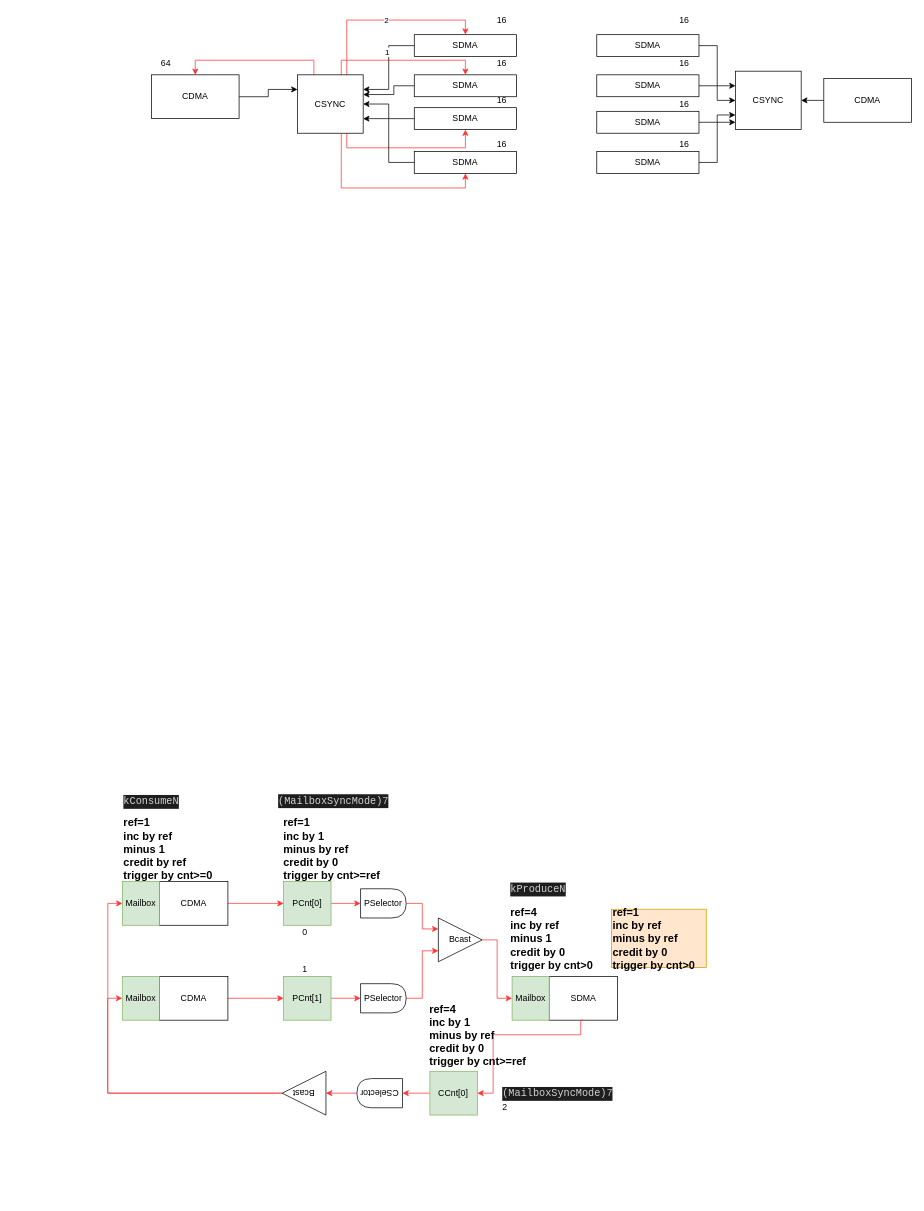
huntershuai/file_sync keeps this draw.io diagram as page "Page-7" (7 of 8) of csync_conn.drawio. Above is the earlier version. Source tidied: cells renumbered, new cells numbered last; positions are measured from the earlier drawing's top-left corner, leaving out a move shared by most shapes. Both pictures are drawn from the tidied source at 73%, with x=0, y=0 at pixel (107, 12).
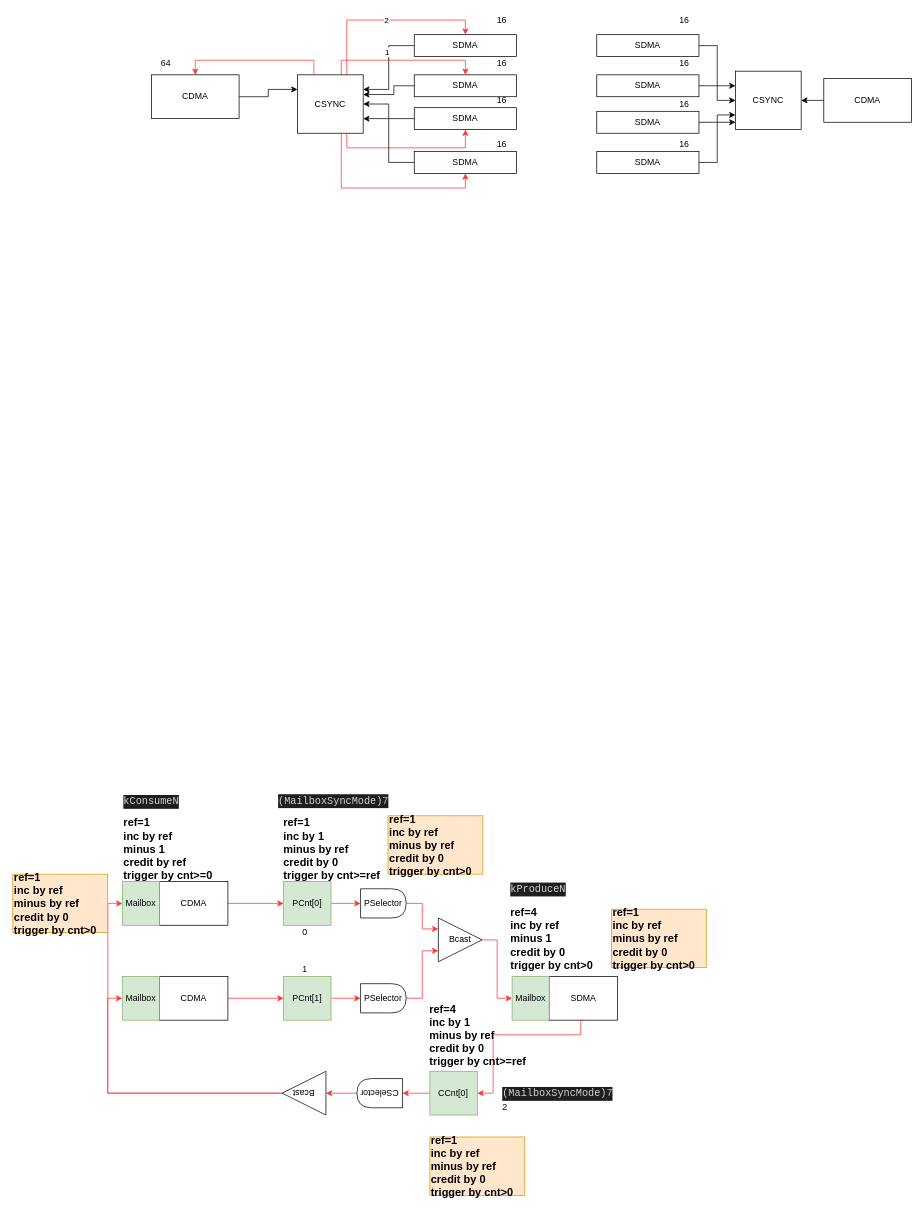
The same diagram, later.

Diff of the diagram source:
```diff
@@
+    <mxCell id="80" value="&lt;font style=&quot;font-size: 15px&quot;&gt;&lt;b&gt;ref=1&lt;br&gt;inc by ref&lt;br&gt;minus by ref&lt;br&gt;credit by 0&lt;br&gt;trigger by cnt&amp;gt;0&lt;/b&gt;&lt;/font&gt;" style="text;html=1;align=left;verticalAlign=middle;fillColor=#ffe6cc;strokeColor=#d79b00;" parent="1" vertex="1">
+      <mxGeometry x="441.4" y="1540" width="130" height="80" as="geometry" />
+    </mxCell>
+    <mxCell id="81" value="&lt;font style=&quot;font-size: 15px&quot;&gt;&lt;b&gt;ref=1&lt;br&gt;inc by ref&lt;br&gt;minus by ref&lt;br&gt;credit by 0&lt;br&gt;trigger by cnt&amp;gt;0&lt;/b&gt;&lt;/font&gt;" style="text;html=1;align=left;verticalAlign=middle;fillColor=#ffe6cc;strokeColor=#d79b00;" parent="1" vertex="1">
+      <mxGeometry x="-130" y="1180" width="130" height="80" as="geometry" />
+    </mxCell>
+    <mxCell id="82" value="&lt;font style=&quot;font-size: 15px&quot;&gt;&lt;b&gt;ref=1&lt;br&gt;inc by ref&lt;br&gt;minus by ref&lt;br&gt;credit by 0&lt;br&gt;trigger by cnt&amp;gt;0&lt;/b&gt;&lt;/font&gt;" style="text;html=1;align=left;verticalAlign=middle;fillColor=#ffe6cc;strokeColor=#d79b00;" parent="1" vertex="1">
+      <mxGeometry x="384" y="1100" width="130" height="80" as="geometry" />
+    </mxCell>
```
